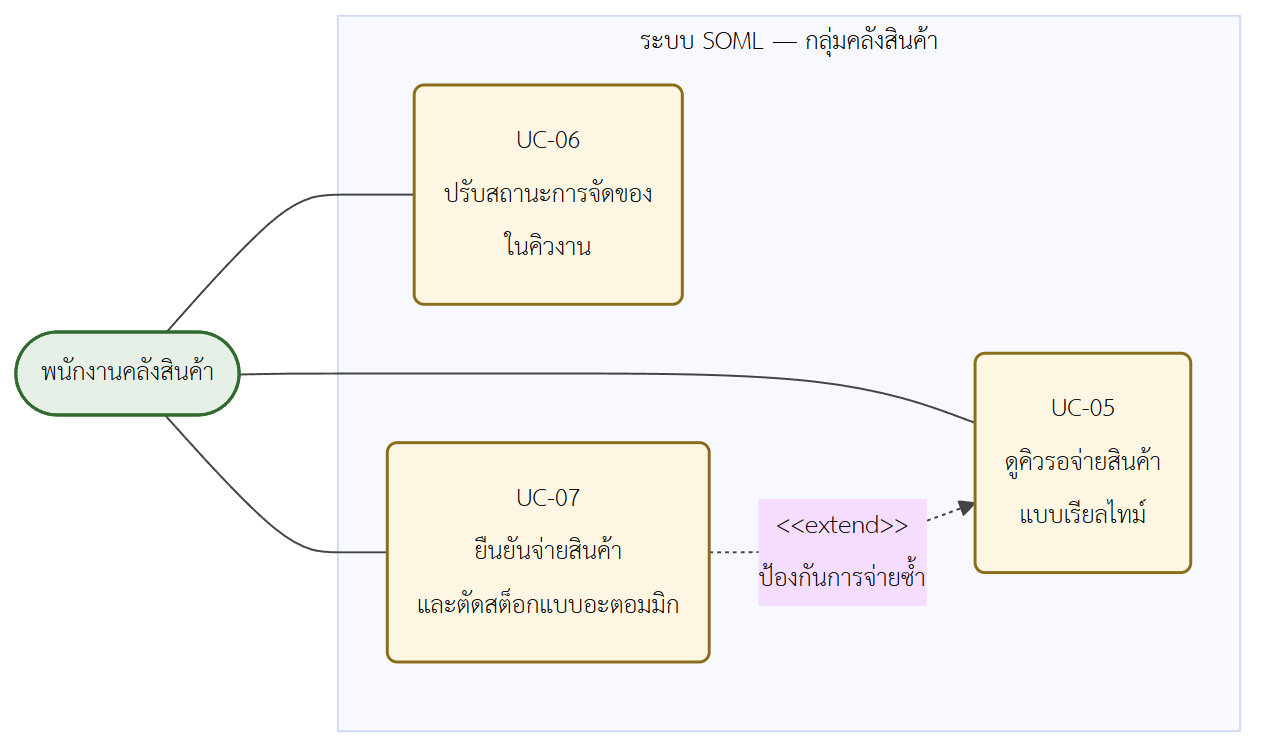
Earlier version of the Mermaid export Documents/assets/diagrams/fig3-08_uc_warehouse.png (TriratWongsit/soml-pos-inventory). Its source is kept beside it as Documents/assets/diagrams/fig3-08_uc_warehouse.mmd.
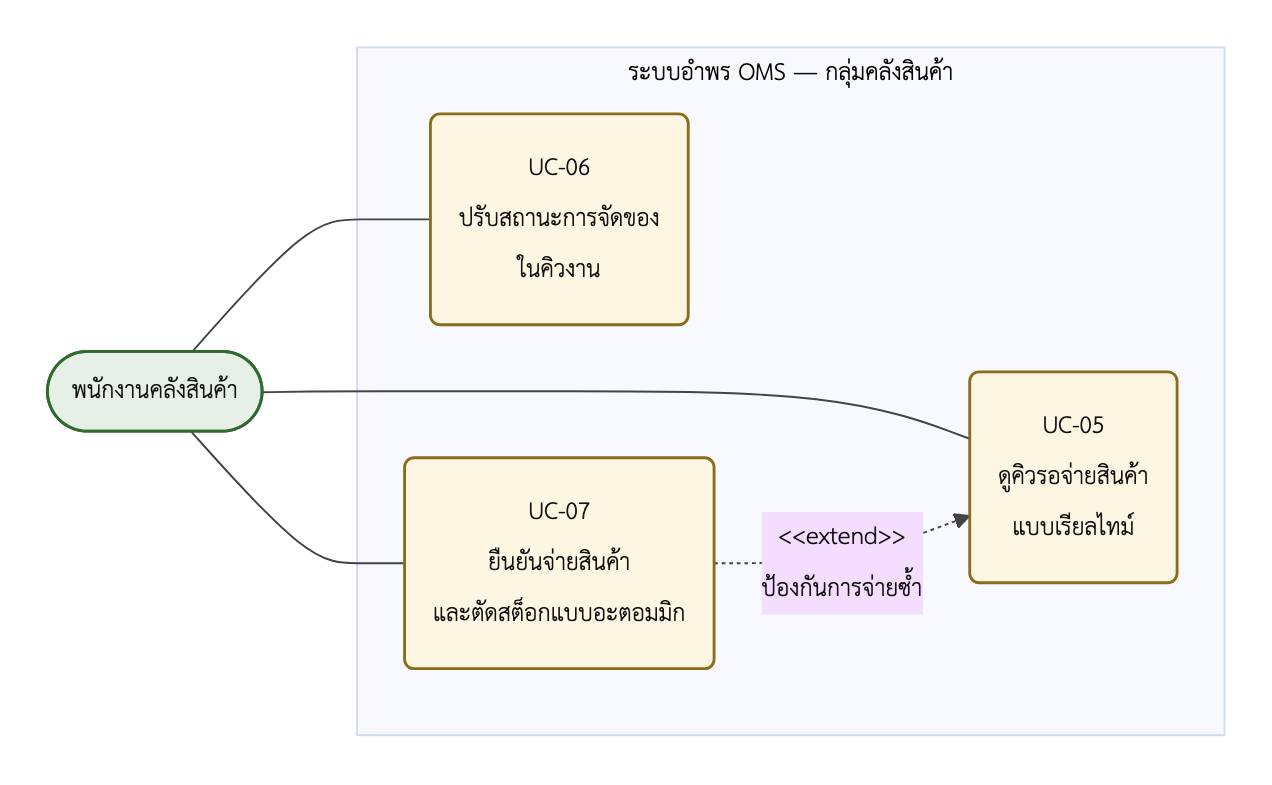
After the change.

Diff of the diagram source:
```diff
@@ -1,6 +1,6 @@
 flowchart LR
     WH(["พนักงานคลังสินค้า"])
-    subgraph SYS["ระบบ SOML — กลุ่มคลังสินค้า"]
+    subgraph SYS["ระบบอำพร OMS — กลุ่มคลังสินค้า"]
         UC5("UC-05<br/>ดูคิวรอจ่ายสินค้า<br/>แบบเรียลไทม์")
         UC6("UC-06<br/>ปรับสถานะการจัดของ<br/>ในคิวงาน")
         UC7("UC-07<br/>ยืนยันจ่ายสินค้า<br/>และตัดสต็อกแบบอะตอมมิก")
```
